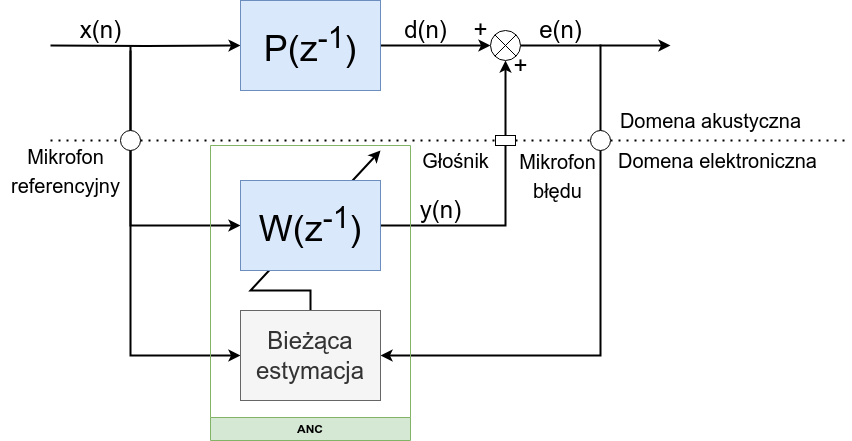
Before: docs/polsl/thesis/graf/analysis/scheme_1.png, a diagram exported from draw.io (kopiecki/anc). Source tidied: cells renumbered, new cells last; positions are measured from the earlier drawing's top-left corner, leaving out a move shared by most shapes. Source of this version:
```xml
<mxGraphModel>
  <root>
    <mxCell id="0" />
    <mxCell id="1" parent="0" />
    <mxCell id="2" style="edgeStyle=orthogonalEdgeStyle;rounded=0;jettySize=auto;html=1;exitX=1;exitY=1;exitDx=0;exitDy=0;exitPerimeter=0;strokeWidth=2;" parent="1" edge="1" source="16" target="34">
      <mxGeometry relative="1" as="geometry">
        <Array as="points">
          <mxPoint x="130" y="355" />
        </Array>
      </mxGeometry>
    </mxCell>
    <mxCell id="3" style="endArrow=classic;html=1;rounded=0;exitX=0.5;exitY=0;exitDx=0;exitDy=0;strokeWidth=2;" parent="1" edge="1" source="34">
      <mxGeometry relative="1" as="geometry">
        <mxPoint x="380" y="150" as="targetPoint" />
        <Array as="points">
          <mxPoint x="310" y="290" />
          <mxPoint x="250" y="290" />
        </Array>
      </mxGeometry>
    </mxCell>
    <mxCell id="4" style="edgeStyle=orthogonalEdgeStyle;rounded=0;jettySize=auto;html=1;strokeWidth=2;" parent="1" edge="1" target="6">
      <mxGeometry relative="1" as="geometry">
        <mxPoint x="50" y="45" as="sourcePoint" />
      </mxGeometry>
    </mxCell>
    <mxCell id="5" style="edgeStyle=orthogonalEdgeStyle;rounded=0;jettySize=auto;html=1;entryX=0;entryY=0.5;entryDx=0;entryDy=0;strokeWidth=2;" parent="1" edge="1" source="6" target="13">
      <mxGeometry relative="1" as="geometry" />
    </mxCell>
    <mxCell id="6" value="P(z&lt;sup&gt;-1&lt;/sup&gt;)" style="rounded=0;whiteSpace=wrap;html=1;fontSize=36;fillColor=#dae8fc;strokeColor=#6c8ebf;" parent="1" vertex="1">
      <mxGeometry x="240" width="140" height="90" as="geometry" />
    </mxCell>
    <mxCell id="7" style="edgeStyle=orthogonalEdgeStyle;rounded=0;jettySize=auto;html=1;entryX=0;entryY=0.5;entryDx=0;entryDy=0;strokeWidth=2;" parent="1" edge="1" target="10">
      <mxGeometry relative="1" as="geometry">
        <mxPoint x="130" y="46" as="sourcePoint" />
        <Array as="points">
          <mxPoint x="130" y="225" />
        </Array>
      </mxGeometry>
    </mxCell>
    <mxCell id="8" style="edgeStyle=orthogonalEdgeStyle;rounded=0;jettySize=auto;html=1;entryX=0.5;entryY=1;entryDx=0;entryDy=0;strokeWidth=2;" parent="1" edge="1" source="10" target="13">
      <mxGeometry relative="1" as="geometry" />
    </mxCell>
    <mxCell id="9" style="edgeStyle=orthogonalEdgeStyle;rounded=0;jettySize=auto;html=1;strokeWidth=2;entryX=1;entryY=0.5;entryDx=0;entryDy=0;" parent="1" edge="1" target="34">
      <mxGeometry relative="1" as="geometry">
        <mxPoint x="601" y="45" as="sourcePoint" />
        <Array as="points">
          <mxPoint x="600" y="45" />
          <mxPoint x="600" y="355" />
        </Array>
      </mxGeometry>
    </mxCell>
    <mxCell id="10" value="&lt;span style=&quot;font-weight: normal;&quot;&gt;W(z&lt;sup style=&quot;border-color: var(--border-color);&quot;&gt;-1&lt;/sup&gt;)&lt;/span&gt;" style="rounded=0;whiteSpace=wrap;html=1;fontSize=36;fontStyle=1;fillColor=#dae8fc;strokeColor=#6c8ebf;" parent="1" vertex="1">
      <mxGeometry x="240" y="180" width="140" height="90" as="geometry" />
    </mxCell>
    <mxCell id="11" style="group;" parent="1" vertex="1">
      <mxGeometry x="490" y="30" width="30" height="30" as="geometry" />
    </mxCell>
    <mxCell id="12" style="edgeStyle=orthogonalEdgeStyle;rounded=0;jettySize=auto;html=1;strokeWidth=2;" parent="11" edge="1" source="13">
      <mxGeometry relative="1" as="geometry">
        <mxPoint x="180" y="15" as="targetPoint" />
      </mxGeometry>
    </mxCell>
    <mxCell id="13" style="ellipse;whiteSpace=wrap;html=1;" parent="11" vertex="1">
      <mxGeometry width="30" height="30" as="geometry" />
    </mxCell>
    <mxCell id="14" style="endArrow=none;html=1;rounded=0;entryX=1;entryY=0;entryDx=0;entryDy=0;exitX=0;exitY=1;exitDx=0;exitDy=0;" parent="11" edge="1" source="13" target="13">
      <mxGeometry relative="1" as="geometry" />
    </mxCell>
    <mxCell id="15" style="endArrow=none;html=1;rounded=0;entryX=0;entryY=0;entryDx=0;entryDy=0;exitX=1;exitY=1;exitDx=0;exitDy=0;" parent="11" edge="1" source="13" target="13">
      <mxGeometry relative="1" as="geometry" />
    </mxCell>
    <mxCell id="16" value="x(n)" style="text;html=1;align=center;verticalAlign=middle;points=[];strokeColor=none;fillColor=none;fontSize=24;" parent="1" vertex="1">
      <mxGeometry x="70" y="10" width="60" height="40" as="geometry" />
    </mxCell>
    <mxCell id="17" value="d(n)" style="text;html=1;align=center;verticalAlign=middle;strokeColor=none;fillColor=none;fontSize=24;" parent="1" vertex="1">
      <mxGeometry x="390" y="10" width="70" height="40" as="geometry" />
    </mxCell>
    <mxCell id="18" value="e(n)" style="text;html=1;align=center;verticalAlign=middle;strokeColor=none;fillColor=none;fontSize=24;" parent="1" vertex="1">
      <mxGeometry x="525" y="10" width="70" height="40" as="geometry" />
    </mxCell>
    <mxCell id="19" value="y(n)" style="text;html=1;align=center;verticalAlign=middle;strokeColor=none;fillColor=none;fontSize=24;" parent="1" vertex="1">
      <mxGeometry x="410" y="190" width="60" height="40" as="geometry" />
    </mxCell>
    <mxCell id="20" value="+" style="text;html=1;align=center;verticalAlign=middle;strokeColor=none;fillColor=none;fontSize=24;" parent="1" vertex="1">
      <mxGeometry x="500" y="46" width="40" height="40" as="geometry" />
    </mxCell>
    <mxCell id="21" value="+" style="text;html=1;align=center;verticalAlign=middle;strokeColor=none;fillColor=none;fontSize=24;" parent="1" vertex="1">
      <mxGeometry x="460" y="10" width="40" height="40" as="geometry" />
    </mxCell>
    <mxCell id="22" style="endArrow=none;dashed=1;html=1;dashPattern=1 3;strokeWidth=2;rounded=0;" parent="1" edge="1" source="28">
      <mxGeometry relative="1" as="geometry">
        <mxPoint x="850" y="140" as="targetPoint" />
      </mxGeometry>
    </mxCell>
    <mxCell id="23" value="&lt;font style=&quot;font-size: 20px;&quot;&gt;Domena akustyczna&lt;/font&gt;" style="text;html=1;align=center;verticalAlign=middle;strokeColor=none;fillColor=none;fontSize=24;" parent="1" vertex="1">
      <mxGeometry x="610" y="100" width="200" height="40" as="geometry" />
    </mxCell>
    <mxCell id="24" value="&lt;font style=&quot;font-size: 20px;&quot;&gt;Domena elektroniczna&lt;/font&gt;" style="text;html=1;align=center;verticalAlign=middle;strokeColor=none;fillColor=none;fontSize=24;" parent="1" vertex="1">
      <mxGeometry x="607" y="140" width="220" height="40" as="geometry" />
    </mxCell>
    <mxCell id="25" style="endArrow=none;dashed=1;html=1;dashPattern=1 3;strokeWidth=2;rounded=0;" parent="1" edge="1" target="26">
      <mxGeometry relative="1" as="geometry">
        <mxPoint x="50" y="140" as="sourcePoint" />
      </mxGeometry>
    </mxCell>
    <mxCell id="26" style="ellipse;whiteSpace=wrap;html=1;" parent="1" vertex="1">
      <mxGeometry x="120" y="130" width="20" height="20" as="geometry" />
    </mxCell>
    <mxCell id="27" style="endArrow=none;dashed=1;html=1;dashPattern=1 3;strokeWidth=2;rounded=0;" parent="1" edge="1" source="30" target="28">
      <mxGeometry relative="1" as="geometry" />
    </mxCell>
    <mxCell id="28" style="ellipse;whiteSpace=wrap;html=1;" parent="1" vertex="1">
      <mxGeometry x="590" y="130" width="20" height="20" as="geometry" />
    </mxCell>
    <mxCell id="29" style="endArrow=none;dashed=1;html=1;dashPattern=1 3;strokeWidth=2;rounded=0;" parent="1" edge="1" source="26" target="30">
      <mxGeometry relative="1" as="geometry" />
    </mxCell>
    <mxCell id="30" style="rounded=0;whiteSpace=wrap;html=1;" parent="1" vertex="1">
      <mxGeometry x="495" y="135" width="20" height="10" as="geometry" />
    </mxCell>
    <mxCell id="31" value="&lt;font style=&quot;font-size: 20px;&quot;&gt;Mikrofon&lt;br&gt;referencyjny&lt;br&gt;&lt;/font&gt;" style="text;html=1;align=center;verticalAlign=middle;strokeColor=none;fillColor=none;fontSize=24;" parent="1" vertex="1">
      <mxGeometry y="135" width="130" height="70" as="geometry" />
    </mxCell>
    <mxCell id="32" value="&lt;font style=&quot;font-size: 20px;&quot;&gt;Głośnik&lt;br&gt;&lt;/font&gt;" style="text;html=1;align=center;verticalAlign=middle;strokeColor=none;fillColor=none;fontSize=24;" parent="1" vertex="1">
      <mxGeometry x="410" y="140" width="90" height="40" as="geometry" />
    </mxCell>
    <mxCell id="33" value="&lt;font style=&quot;font-size: 20px;&quot;&gt;Mikrofon&lt;br&gt;błędu&lt;br&gt;&lt;/font&gt;" style="text;html=1;align=center;verticalAlign=middle;strokeColor=none;fillColor=none;fontSize=24;" parent="1" vertex="1">
      <mxGeometry x="507" y="140" width="100" height="70" as="geometry" />
    </mxCell>
    <mxCell id="34" value="&lt;p style=&quot;line-height: 25%; font-size: 24px;&quot;&gt;&lt;span style=&quot;font-weight: normal;&quot;&gt;Bieżąca&lt;/span&gt;&lt;/p&gt;&lt;p style=&quot;line-height: 25%; font-size: 24px;&quot;&gt;&lt;span style=&quot;font-weight: normal;&quot;&gt;estymacja&lt;/span&gt;&lt;/p&gt;" style="rounded=0;whiteSpace=wrap;html=1;fontSize=36;fontStyle=1;fillColor=#f5f5f5;strokeColor=#666666;align=center;fontColor=#333333;" parent="1" vertex="1">
      <mxGeometry x="240" y="310" width="140" height="90" as="geometry" />
    </mxCell>
    <mxCell id="35" value="ANC" style="swimlane;whiteSpace=wrap;html=1;direction=west;fillColor=#d5e8d4;strokeColor=#82b366;" parent="1" vertex="1">
      <mxGeometry x="210" y="145" width="200" height="295" as="geometry" />
    </mxCell>
  </root>
</mxGraphModel>
```
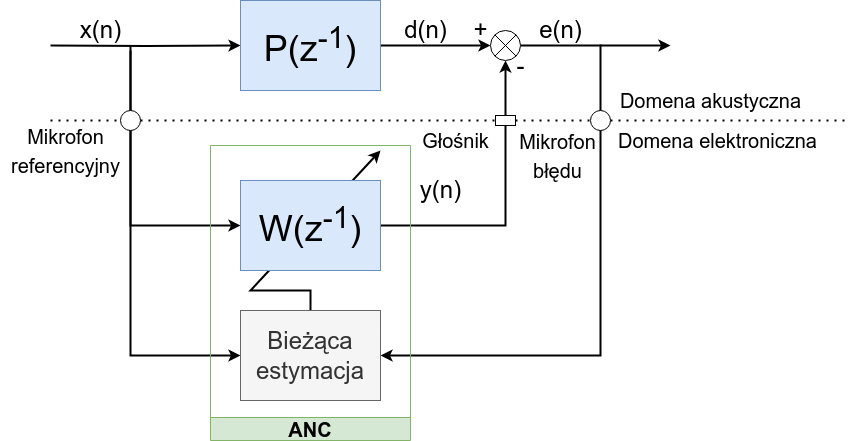
The same file after the commit.

Change to the diagram source:
```diff
@@ -78,60 +78,63 @@
     <mxCell id="18" value="e(n)" style="text;html=1;align=center;verticalAlign=middle;strokeColor=none;fillColor=none;fontSize=24;" parent="1" vertex="1">
       <mxGeometry x="525" y="10" width="70" height="40" as="geometry" />
     </mxCell>
-    <mxCell id="19" value="y(n)" style="text;html=1;align=center;verticalAlign=middle;strokeColor=none;fillColor=none;fontSize=24;" parent="1" vertex="1">
-      <mxGeometry x="410" y="190" width="60" height="40" as="geometry" />
-    </mxCell>
-    <mxCell id="20" value="+" style="text;html=1;align=center;verticalAlign=middle;strokeColor=none;fillColor=none;fontSize=24;" parent="1" vertex="1">
-      <mxGeometry x="500" y="46" width="40" height="40" as="geometry" />
+    <mxCell id="20" value="-" style="text;html=1;align=center;verticalAlign=middle;strokeColor=none;fillColor=none;fontSize=24;" parent="1" vertex="1">
+      <mxGeometry x="505" y="46" width="30" height="40" as="geometry" />
     </mxCell>
     <mxCell id="21" value="+" style="text;html=1;align=center;verticalAlign=middle;strokeColor=none;fillColor=none;fontSize=24;" parent="1" vertex="1">
       <mxGeometry x="460" y="10" width="40" height="40" as="geometry" />
     </mxCell>
+    <mxCell id="34" value="&lt;p style=&quot;line-height: 25%; font-size: 24px;&quot;&gt;&lt;span style=&quot;font-weight: normal;&quot;&gt;Bieżąca&lt;/span&gt;&lt;/p&gt;&lt;p style=&quot;line-height: 25%; font-size: 24px;&quot;&gt;&lt;span style=&quot;font-weight: normal;&quot;&gt;estymacja&lt;/span&gt;&lt;/p&gt;" style="rounded=0;whiteSpace=wrap;html=1;fontSize=36;fontStyle=1;fillColor=#f5f5f5;strokeColor=#666666;align=center;fontColor=#333333;" parent="1" vertex="1">
+      <mxGeometry x="240" y="310" width="140" height="90" as="geometry" />
+    </mxCell>
+    <mxCell id="35" value="&lt;font style=&quot;font-size: 20px;&quot;&gt;ANC&lt;/font&gt;" style="swimlane;whiteSpace=wrap;html=1;direction=west;fillColor=#d5e8d4;strokeColor=#82b366;" parent="1" vertex="1">
+      <mxGeometry x="210" y="145" width="200" height="295" as="geometry" />
+    </mxCell>
+    <mxCell id="36" style="group;" parent="1" vertex="1">
+      <mxGeometry y="80" width="850" height="130" as="geometry" />
+    </mxCell>
+    <mxCell id="19" value="y(n)" style="text;html=1;align=center;verticalAlign=middle;strokeColor=none;fillColor=none;fontSize=24;" parent="36" vertex="1">
+      <mxGeometry x="410" y="90" width="60" height="40" as="geometry" />
+    </mxCell>
-    <mxCell id="22" style="endArrow=none;dashed=1;html=1;dashPattern=1 3;strokeWidth=2;rounded=0;" parent="1" edge="1" source="28">
+    <mxCell id="22" style="endArrow=none;dashed=1;html=1;dashPattern=1 3;strokeWidth=2;rounded=0;" parent="36" edge="1" source="28">
       <mxGeometry relative="1" as="geometry">
-        <mxPoint x="850" y="140" as="targetPoint" />
+        <mxPoint x="850" y="40" as="targetPoint" />
       </mxGeometry>
     </mxCell>
-    <mxCell id="23" value="&lt;font style=&quot;font-size: 20px;&quot;&gt;Domena akustyczna&lt;/font&gt;" style="text;html=1;align=center;verticalAlign=middle;strokeColor=none;fillColor=none;fontSize=24;" parent="1" vertex="1">
-      <mxGeometry x="610" y="100" width="200" height="40" as="geometry" />
+    <mxCell id="23" value="&lt;font style=&quot;font-size: 20px;&quot;&gt;Domena akustyczna&lt;/font&gt;" style="text;html=1;align=center;verticalAlign=middle;strokeColor=none;fillColor=none;fontSize=24;" parent="36" vertex="1">
+      <mxGeometry x="610" width="200" height="40" as="geometry" />
     </mxCell>
-    <mxCell id="24" value="&lt;font style=&quot;font-size: 20px;&quot;&gt;Domena elektroniczna&lt;/font&gt;" style="text;html=1;align=center;verticalAlign=middle;strokeColor=none;fillColor=none;fontSize=24;" parent="1" vertex="1">
-      <mxGeometry x="607" y="140" width="220" height="40" as="geometry" />
+    <mxCell id="24" value="&lt;font style=&quot;font-size: 20px;&quot;&gt;Domena elektroniczna&lt;/font&gt;" style="text;html=1;align=center;verticalAlign=middle;strokeColor=none;fillColor=none;fontSize=24;" parent="36" vertex="1">
+      <mxGeometry x="607" y="40" width="220" height="40" as="geometry" />
     </mxCell>
-    <mxCell id="25" style="endArrow=none;dashed=1;html=1;dashPattern=1 3;strokeWidth=2;rounded=0;" parent="1" edge="1" target="26">
+    <mxCell id="25" style="endArrow=none;dashed=1;html=1;dashPattern=1 3;strokeWidth=2;rounded=0;" parent="36" edge="1" target="26">
       <mxGeometry relative="1" as="geometry">
-        <mxPoint x="50" y="140" as="sourcePoint" />
+        <mxPoint x="50" y="40" as="sourcePoint" />
       </mxGeometry>
     </mxCell>
-    <mxCell id="26" style="ellipse;whiteSpace=wrap;html=1;" parent="1" vertex="1">
-      <mxGeometry x="120" y="130" width="20" height="20" as="geometry" />
+    <mxCell id="26" style="ellipse;whiteSpace=wrap;html=1;" parent="36" vertex="1">
+      <mxGeometry x="120" y="30" width="20" height="20" as="geometry" />
     </mxCell>
-    <mxCell id="27" style="endArrow=none;dashed=1;html=1;dashPattern=1 3;strokeWidth=2;rounded=0;" parent="1" edge="1" source="30" target="28">
-      <mxGeometry relative="1" as="geometry" />
-    </mxCell>
-    <mxCell id="28" style="ellipse;whiteSpace=wrap;html=1;" parent="1" vertex="1">
-      <mxGeometry x="590" y="130" width="20" height="20" as="geometry" />
+    <mxCell id="28" style="ellipse;whiteSpace=wrap;html=1;" parent="36" vertex="1">
+      <mxGeometry x="590" y="30" width="20" height="20" as="geometry" />
     </mxCell>
-    <mxCell id="29" style="endArrow=none;dashed=1;html=1;dashPattern=1 3;strokeWidth=2;rounded=0;" parent="1" edge="1" source="26" target="30">
+    <mxCell id="29" style="endArrow=none;dashed=1;html=1;dashPattern=1 3;strokeWidth=2;rounded=0;" parent="36" edge="1" source="26" target="30">
       <mxGeometry relative="1" as="geometry" />
     </mxCell>
-    <mxCell id="30" style="rounded=0;whiteSpace=wrap;html=1;" parent="1" vertex="1">
-      <mxGeometry x="495" y="135" width="20" height="10" as="geometry" />
+    <mxCell id="30" style="rounded=0;whiteSpace=wrap;html=1;" parent="36" vertex="1">
+      <mxGeometry x="495" y="35" width="20" height="10" as="geometry" />
     </mxCell>
+    <mxCell id="27" style="endArrow=none;dashed=1;html=1;dashPattern=1 3;strokeWidth=2;rounded=0;" parent="36" edge="1" source="30" target="28">
+      <mxGeometry relative="1" as="geometry" />
+    </mxCell>
-    <mxCell id="31" value="&lt;font style=&quot;font-size: 20px;&quot;&gt;Mikrofon&lt;br&gt;referencyjny&lt;br&gt;&lt;/font&gt;" style="text;html=1;align=center;verticalAlign=middle;strokeColor=none;fillColor=none;fontSize=24;" parent="1" vertex="1">
-      <mxGeometry y="135" width="130" height="70" as="geometry" />
+    <mxCell id="31" value="&lt;font style=&quot;font-size: 20px;&quot;&gt;Mikrofon&lt;br&gt;referencyjny&lt;br&gt;&lt;/font&gt;" style="text;html=1;align=center;verticalAlign=middle;strokeColor=none;fillColor=none;fontSize=24;" parent="36" vertex="1">
+      <mxGeometry y="35" width="130" height="70" as="geometry" />
     </mxCell>
-    <mxCell id="32" value="&lt;font style=&quot;font-size: 20px;&quot;&gt;Głośnik&lt;br&gt;&lt;/font&gt;" style="text;html=1;align=center;verticalAlign=middle;strokeColor=none;fillColor=none;fontSize=24;" parent="1" vertex="1">
-      <mxGeometry x="410" y="140" width="90" height="40" as="geometry" />
+    <mxCell id="32" value="&lt;font style=&quot;font-size: 20px;&quot;&gt;Głośnik&lt;br&gt;&lt;/font&gt;" style="text;html=1;align=center;verticalAlign=middle;strokeColor=none;fillColor=none;fontSize=24;" parent="36" vertex="1">
+      <mxGeometry x="410" y="40" width="90" height="40" as="geometry" />
     </mxCell>
-    <mxCell id="33" value="&lt;font style=&quot;font-size: 20px;&quot;&gt;Mikrofon&lt;br&gt;błędu&lt;br&gt;&lt;/font&gt;" style="text;html=1;align=center;verticalAlign=middle;strokeColor=none;fillColor=none;fontSize=24;" parent="1" vertex="1">
-      <mxGeometry x="507" y="140" width="100" height="70" as="geometry" />
+    <mxCell id="33" value="&lt;font style=&quot;font-size: 20px;&quot;&gt;Mikrofon&lt;br&gt;błędu&lt;br&gt;&lt;/font&gt;" style="text;html=1;align=center;verticalAlign=middle;strokeColor=none;fillColor=none;fontSize=24;" parent="36" vertex="1">
+      <mxGeometry x="507" y="40" width="100" height="70" as="geometry" />
     </mxCell>
-    <mxCell id="34" value="&lt;p style=&quot;line-height: 25%; font-size: 24px;&quot;&gt;&lt;span style=&quot;font-weight: normal;&quot;&gt;Bieżąca&lt;/span&gt;&lt;/p&gt;&lt;p style=&quot;line-height: 25%; font-size: 24px;&quot;&gt;&lt;span style=&quot;font-weight: normal;&quot;&gt;estymacja&lt;/span&gt;&lt;/p&gt;" style="rounded=0;whiteSpace=wrap;html=1;fontSize=36;fontStyle=1;fillColor=#f5f5f5;strokeColor=#666666;align=center;fontColor=#333333;" parent="1" vertex="1">
-      <mxGeometry x="240" y="310" width="140" height="90" as="geometry" />
-    </mxCell>
-    <mxCell id="35" value="ANC" style="swimlane;whiteSpace=wrap;html=1;direction=west;fillColor=#d5e8d4;strokeColor=#82b366;" parent="1" vertex="1">
-      <mxGeometry x="210" y="145" width="200" height="295" as="geometry" />
-    </mxCell>
   </root>
 </mxGraphModel>
```
